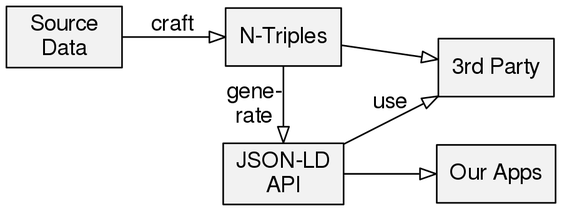
hbz/lobid keeps this Graphviz diagram as doc/images/lobid-1.png. Above is the earlier version. Its source is kept beside it as doc/images/lobid-1.dot.
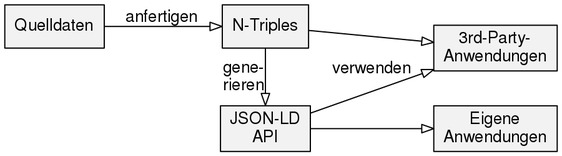
The same diagram one commit later.

The edit, as a diff of the source:
```diff
@@ -4,15 +4,15 @@
 	graph[fontname=helvetica]
 	edge[fontname=helvetica arrowhead=empty]
 
-	db[label="Source\nData"]
+	db[label="Quelldaten"]
 	rdf[label="N-Triples"]
 	json[label="JSON-LD\nAPI"]
-	apps[label="Our Apps"]
-	third[label="3rd Party"]
+	apps[label="Eigene\nAnwendungen"]
+	third[label="3rd-Party-\nAnwendungen"]
 
-	db->rdf[label="craft"]
-	rdf->json[label="gene-\nrate" constraint=false]
+	db->rdf[label="anfertigen"]
+	rdf->json[label="gene-\nrieren" constraint=false]
 	json->apps
-	json->third[label="use"]
+	json->third[label="verwenden"]
 	rdf->third
 }
```
